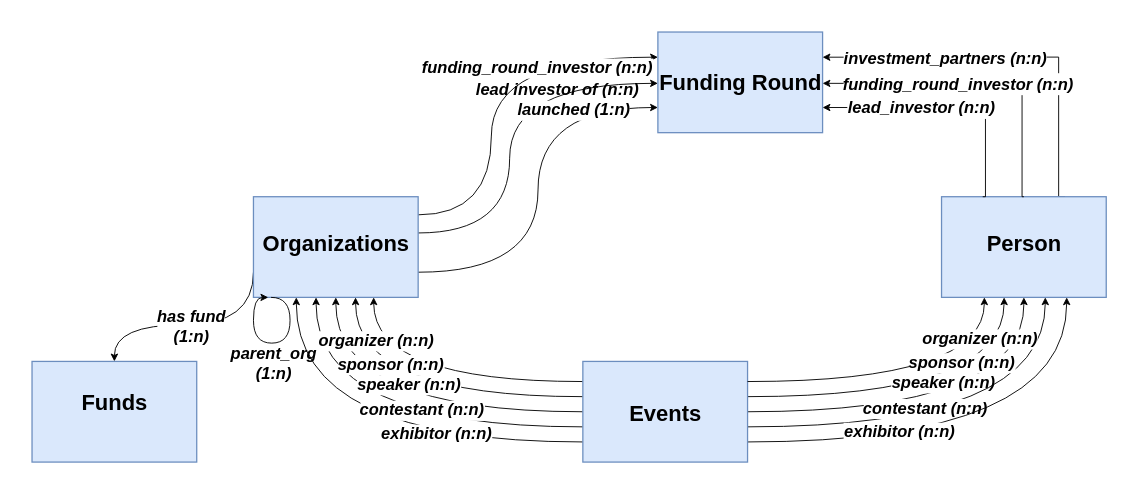
SilvesterYu/FinQA_Vis keeps this draw.io diagram as copy_edited_graph_vis.drawio. Above is the earlier version. Source tidied: cells renumbered, new cells numbered last; positions are measured from the earlier drawing's top-left corner, leaving out a move shared by most shapes. Both pictures are drawn from the tidied source at 183%, with x=0, y=0 at pixel (31, 31).
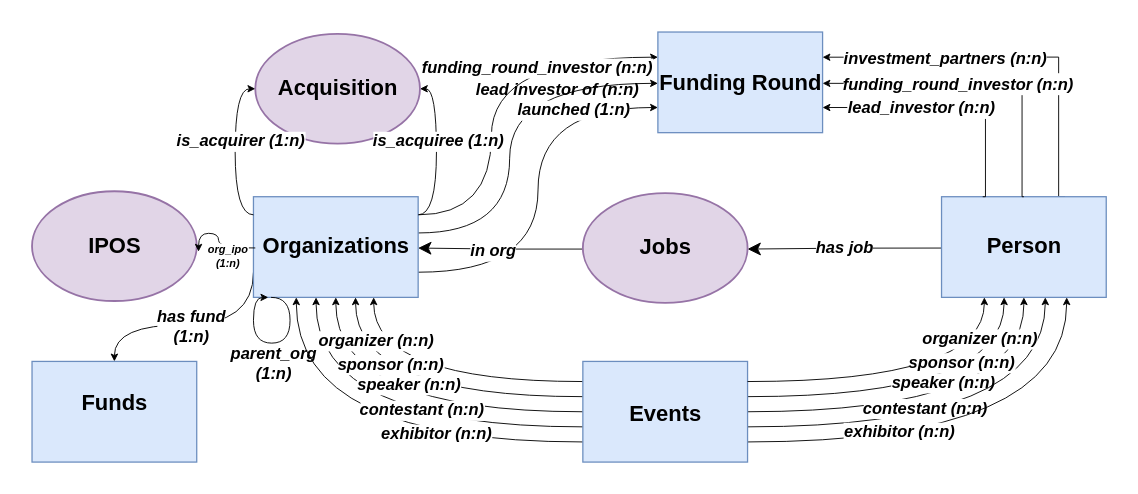
After the change.

The change refers to these unchanged cells:
```xml
<mxCell id="12" style="rounded=0;whiteSpace=wrap;html=1;fontSize=10;strokeWidth=0.7;points=[[0,0,0,0,0],[0,0.18,0,0,0],[0,0.51,0,0,0],[0,0.75,0,0,0],[0.09,1,0,0,0],[0.26,0,0,0,0],[0.26,1,0,0,0],[0.38,1,0,0,0],[0.5,0,0,0,0],[0.5,1,0,0,0],[0.62,1,0,0,0],[0.73,1,0,0,0],[0.76,0,0,0,0],[1,0,0,0,0],[1,0.18,0,0,0],[1,0.36,0,0,0],[1,0.51,0,0,0],[1,0.75,0,0,0]];fillColor=#dae8fc;strokeColor=#6c8ebf;" parent="1" vertex="1">
  <mxGeometry x="121" y="90" width="90" height="55" as="geometry" />
</mxCell>
<mxCell id="17" style="rounded=0;whiteSpace=wrap;html=1;strokeWidth=0.7;points=[[0,0,0,0,0],[0,0.25,0,0,0],[0,0.51,0,0,0],[0,0.75,0,0,0],[0.26,0,0,0,0],[0.26,1,0,0,0],[0.38,1,0,0,0],[0.5,0,0,0,0],[0.5,1,0,0,0],[0.63,1,0,0,0],[0.76,0,0,0,0],[0.76,1,0,0,0],[1,0,0,0,0],[1,0.25,0,0,0],[1,0.51,0,0,0],[1,0.75,0,0,0]];fillColor=#dae8fc;strokeColor=#6c8ebf;" parent="1" vertex="1">
  <mxGeometry x="497" y="90" width="90" height="55" as="geometry" />
</mxCell>
```

What changed in the source:
```diff
@@
+    <mxCell id="50" value="&lt;b&gt;&lt;i&gt;has job&lt;/i&gt;&lt;/b&gt;" style="edgeStyle=orthogonalEdgeStyle;rounded=0;jettySize=auto;html=1;exitX=0;exitY=0.51;exitDx=0;exitDy=0;exitPerimeter=0;entryX=1;entryY=0.51;entryDx=0;entryDy=0;entryPerimeter=0;strokeWidth=0.5;fontSize=9;" parent="1" edge="1" source="17" target="63">
+      <mxGeometry relative="1" as="geometry" />
+    </mxCell>
@@
     <mxCell id="32" value="&lt;b style=&quot;&quot;&gt;&lt;font style=&quot;font-size: 12px;&quot;&gt;Person&lt;/font&gt;&lt;/b&gt;" style="text;html=1;align=center;verticalAlign=middle;fillColor=none;strokeColor=none;rounded=0;sketch=0;" parent="1" vertex="1">
-      <mxGeometry x="512" y="101" width="60" height="30" as="geometry" />
+      <mxGeometry x="512" y="102" width="60" height="30" as="geometry" />
     </mxCell>
@@
     <mxCell id="46" value="&lt;font style=&quot;font-size: 12px;&quot;&gt;Organizations&lt;/font&gt;" style="text;html=1;align=center;verticalAlign=middle;fillColor=none;strokeColor=none;rounded=0;sketch=0;fontSize=7;fontStyle=1;" parent="1" vertex="1">
-      <mxGeometry x="115.9" y="101" width="100" height="30" as="geometry" />
+      <mxGeometry x="116" y="102" width="100" height="30" as="geometry" />
     </mxCell>
@@
+    <mxCell id="51" style="ellipse;whiteSpace=wrap;html=1;rounded=0;sketch=0;fontSize=6.2;fillColor=#e1d5e7;strokeColor=#9673a6;" parent="1" vertex="1">
+      <mxGeometry x="122" y="1" width="90" height="60" as="geometry" />
+    </mxCell>
+    <mxCell id="52" value="&lt;font style=&quot;font-size: 12px;&quot;&gt;Acquisition&lt;/font&gt;" style="text;html=1;align=center;verticalAlign=middle;fillColor=none;strokeColor=none;rounded=0;sketch=0;fontSize=7;fontStyle=1;" parent="1" vertex="1">
+      <mxGeometry x="122" y="16" width="90" height="30" as="geometry" />
+    </mxCell>
+    <mxCell id="53" style="ellipse;whiteSpace=wrap;html=1;rounded=0;sketch=0;fontSize=6.2;fillColor=#e1d5e7;strokeColor=#9673a6;" parent="1" vertex="1">
+      <mxGeometry y="87" width="90" height="60" as="geometry" />
+    </mxCell>
+    <mxCell id="54" value="&lt;font style=&quot;font-size: 12px;&quot;&gt;IPOS&lt;/font&gt;" style="text;html=1;align=center;verticalAlign=middle;fillColor=none;strokeColor=none;rounded=0;sketch=0;fontSize=7;fontStyle=1;" parent="1" vertex="1">
+      <mxGeometry x="20" y="102" width="50" height="30" as="geometry" />
+    </mxCell>
+    <mxCell id="55" style="edgeStyle=orthogonalEdgeStyle;rounded=0;orthogonalLoop=1;jettySize=auto;html=1;exitX=0;exitY=0.18;exitDx=0;exitDy=0;fontSize=9;endSize=3;strokeWidth=0.5;curved=1;entryX=0;entryY=0.5;entryDx=0;entryDy=0;exitPerimeter=0;" parent="1" edge="1">
+      <mxGeometry relative="1" as="geometry">
+        <mxPoint x="121" y="99.9" as="sourcePoint" />
+        <mxPoint x="122" y="31" as="targetPoint" />
+        <Array as="points">
+          <mxPoint x="111" y="100" />
+          <mxPoint x="111" y="31" />
+        </Array>
+      </mxGeometry>
+    </mxCell>
+    <mxCell id="56" value="&lt;font style=&quot;font-size: 9px;&quot;&gt;is_acquirer (1:n)&lt;/font&gt;" style="edgeLabel;html=1;align=center;verticalAlign=middle;fontSize=6;fontStyle=3;" parent="55" vertex="1">
+      <mxGeometry x="0.09" y="3" relative="1" as="geometry">
+        <mxPoint x="5" y="-1" as="offset" />
+      </mxGeometry>
+    </mxCell>
+    <mxCell id="57" style="edgeStyle=orthogonalEdgeStyle;rounded=0;orthogonalLoop=1;jettySize=auto;html=1;exitX=1;exitY=0.18;exitDx=0;exitDy=0;entryX=1;entryY=0.5;entryDx=0;entryDy=0;fontSize=9;endSize=3;strokeWidth=0.5;curved=1;exitPerimeter=0;" parent="1" edge="1">
+      <mxGeometry relative="1" as="geometry">
+        <mxPoint x="211" y="99.9" as="sourcePoint" />
+        <mxPoint x="212" y="31" as="targetPoint" />
+        <Array as="points">
+          <mxPoint x="221" y="100" />
+          <mxPoint x="221" y="31" />
+        </Array>
+      </mxGeometry>
+    </mxCell>
+    <mxCell id="58" value="&lt;font style=&quot;font-size: 9px;&quot;&gt;is_acquiree (1:n)&lt;/font&gt;" style="edgeLabel;html=1;align=center;verticalAlign=middle;fontSize=6;fontStyle=3;" parent="57" vertex="1">
+      <mxGeometry x="-0.08" y="2" relative="1" as="geometry">
+        <mxPoint x="2" y="-10" as="offset" />
+      </mxGeometry>
+    </mxCell>
+    <mxCell id="59" style="edgeStyle=orthogonalEdgeStyle;rounded=0;orthogonalLoop=1;jettySize=auto;html=1;fontSize=9;strokeWidth=0.5;endSize=3;curved=1;exitX=0;exitY=0.51;exitDx=0;exitDy=0;exitPerimeter=0;entryX=1;entryY=0.55;entryDx=0;entryDy=0;entryPerimeter=0;" parent="1" edge="1">
+      <mxGeometry relative="1" as="geometry">
+        <mxPoint x="122" y="118" as="sourcePoint" />
+        <mxPoint x="91" y="120" as="targetPoint" />
+        <Array as="points">
+          <mxPoint x="102" y="118" />
+          <mxPoint x="102" y="110" />
+        </Array>
+      </mxGeometry>
+    </mxCell>
+    <mxCell id="60" value="&lt;font style=&quot;font-size: 6px;&quot;&gt;org_ipo&lt;br style=&quot;&quot;&gt;(1:n)&lt;/font&gt;" style="edgeLabel;html=1;align=center;verticalAlign=middle;fontSize=6;fontStyle=3;" parent="59" vertex="1">
+      <mxGeometry x="0.16" y="-1" relative="1" as="geometry">
+        <mxPoint x="4" y="13" as="offset" />
+      </mxGeometry>
+    </mxCell>
+    <mxCell id="61" style="edgeStyle=orthogonalEdgeStyle;rounded=0;jettySize=auto;html=1;exitX=0;exitY=0.51;exitDx=0;exitDy=0;exitPerimeter=0;entryX=1;entryY=0.51;entryDx=0;entryDy=0;entryPerimeter=0;strokeWidth=0.5;" parent="1" edge="1" source="63" target="12">
+      <mxGeometry relative="1" as="geometry" />
+    </mxCell>
+    <mxCell id="62" value="&lt;font style=&quot;font-size: 9px;&quot;&gt;&lt;i style=&quot;&quot;&gt;&lt;b&gt;in org&lt;/b&gt;&lt;/i&gt;&lt;/font&gt;" style="edgeLabel;html=1;align=center;verticalAlign=middle;" parent="61" vertex="1">
+      <mxGeometry x="0.1" y="1" relative="1" as="geometry">
+        <mxPoint y="-1" as="offset" />
+      </mxGeometry>
+    </mxCell>
+    <mxCell id="63" style="ellipse;whiteSpace=wrap;html=1;rounded=0;sketch=0;fontSize=6.2;points=[[0,0.51,0,0,0],[0.14,0.15,0,0,0],[0.14,0.85,0,0,0],[0.5,0,0,0,0],[0.5,1,0,0,0],[0.86,0.15,0,0,0],[0.86,0.85,0,0,0],[1,0.51,0,0,0]];fillColor=#e1d5e7;strokeColor=#9673a6;" parent="1" vertex="1">
+      <mxGeometry x="301" y="88" width="90" height="60" as="geometry" />
+    </mxCell>
+    <mxCell id="64" value="&lt;font style=&quot;font-size: 12px;&quot;&gt;Jobs&lt;/font&gt;" style="text;html=1;align=center;verticalAlign=middle;fillColor=none;strokeColor=none;rounded=0;sketch=0;fontSize=7;fontStyle=1;" parent="1" vertex="1">
+      <mxGeometry x="321" y="102.5" width="50" height="30" as="geometry" />
+    </mxCell>
```
